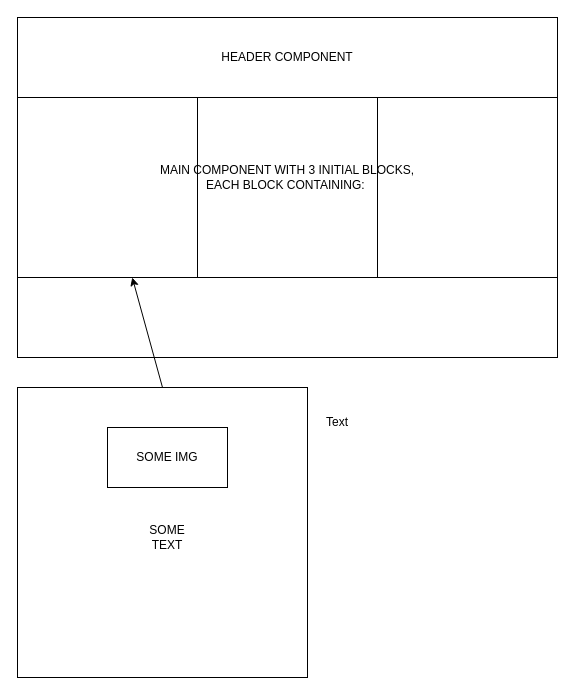
SchoolOfCode/w8_d5-hackathon_react-app-with-api-data-maria-nicolas-kate keeps this draw.io diagram as src/.drawio. Above is the earlier version. Source tidied: cells renumbered, new cells numbered last; positions are measured from the earlier drawing's top-left corner, leaving out a move shared by most shapes. Both pictures are drawn from the tidied source at 100%, with x=0, y=0 at pixel (17, 17).
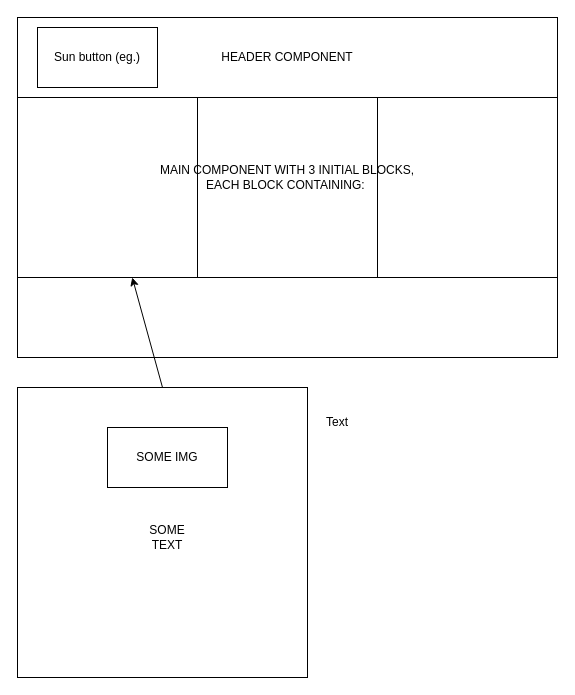
After the change.

Diff of the diagram source:
```diff
@@
 <mxGraphModel>
   <root>
     <mxCell id="0" />
     <mxCell id="1" parent="0" />
     <mxCell id="2" value="HEADER COMPONENT" style="rounded=0;whiteSpace=wrap;html=1;" parent="1" vertex="1">
       <mxGeometry width="540" height="80" as="geometry" />
     </mxCell>
     <mxCell id="3" style="rounded=0;whiteSpace=wrap;html=1;" parent="1" vertex="1">
       <mxGeometry y="80" width="540" height="260" as="geometry" />
     </mxCell>
     <mxCell id="4" style="whiteSpace=wrap;html=1;" parent="1" vertex="1">
       <mxGeometry x="360" y="80" width="180" height="180" as="geometry" />
     </mxCell>
     <mxCell id="5" style="whiteSpace=wrap;html=1;" parent="1" vertex="1">
       <mxGeometry y="80" width="180" height="180" as="geometry" />
     </mxCell>
     <mxCell id="6" style="whiteSpace=wrap;html=1;" parent="1" vertex="1">
       <mxGeometry x="180" y="80" width="180" height="180" as="geometry" />
     </mxCell>
     <mxCell id="7" value="MAIN COMPONENT WITH 3 INITIAL BLOCKS, EACH BLOCK CONTAINING:&amp;nbsp;" style="text;html=1;strokeColor=none;fillColor=none;align=center;verticalAlign=middle;whiteSpace=wrap;rounded=0;" parent="1" vertex="1">
       <mxGeometry x="130" y="100" width="280" height="120" as="geometry" />
     </mxCell>
     <mxCell id="8" style="whiteSpace=wrap;html=1;" parent="1" vertex="1">
       <mxGeometry y="370" width="290" height="290" as="geometry" />
     </mxCell>
     <mxCell id="9" value="SOME TEXT" style="text;html=1;strokeColor=none;fillColor=none;align=center;verticalAlign=middle;whiteSpace=wrap;rounded=0;" parent="1" vertex="1">
       <mxGeometry x="120" y="505" width="60" height="30" as="geometry" />
     </mxCell>
     <mxCell id="10" value="SOME IMG" style="rounded=0;whiteSpace=wrap;html=1;" parent="1" vertex="1">
       <mxGeometry x="90" y="410" width="120" height="60" as="geometry" />
     </mxCell>
     <mxCell id="11" value="Text" style="text;html=1;strokeColor=none;fillColor=none;align=center;verticalAlign=middle;whiteSpace=wrap;rounded=0;" parent="1" vertex="1">
       <mxGeometry x="290" y="390" width="60" height="30" as="geometry" />
     </mxCell>
     <mxCell id="12" style="endArrow=classic;html=1;exitX=0.5;exitY=0;exitDx=0;exitDy=0;" parent="1" edge="1" source="8" target="5">
       <mxGeometry relative="1" as="geometry" />
     </mxCell>
+    <mxCell id="13" value="Sun button (eg.)" style="rounded=0;whiteSpace=wrap;html=1;" parent="1" vertex="1">
+      <mxGeometry x="20" y="10" width="120" height="60" as="geometry" />
+    </mxCell>
   </root>
 </mxGraphModel>
```
